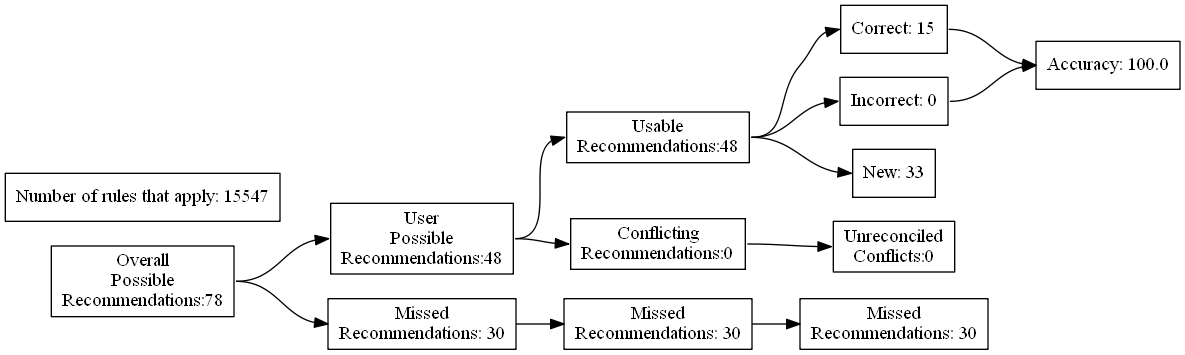
Earlier version of the Graphviz export test_renders/36.gv.png (ZaxR/ibd_diet_analysis). Its source is kept beside it as test_renders/36.gv.
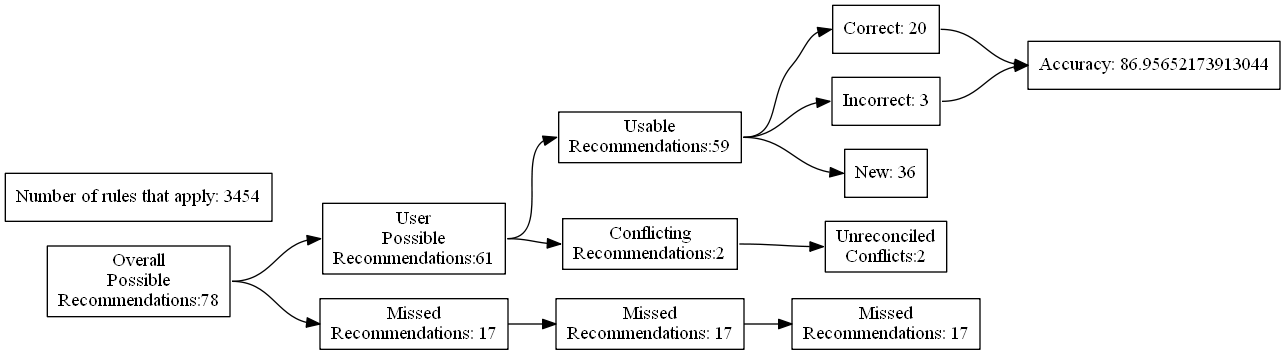
The same file after the commit.

What changed in the source:
```diff
@@ -7,24 +7,24 @@
 Recommendations:78"]
 		B [label="User
 Possible
-Recommendations:48"]
+Recommendations:61"]
 		C [label="Missed
-Recommendations: 30"]
+Recommendations: 17"]
 		D [label="Usable
-Recommendations:48"]
+Recommendations:59"]
 		E [label="Conflicting
-Recommendations:0"]
+Recommendations:2"]
 		J [label="Missed
-Recommendations: 30"]
+Recommendations: 17"]
 		M [label="Unreconciled
-Conflicts:0"]
-		F [label="Correct: 15"]
-		G [label="Incorrect: 0"]
-		H [label="New: 33"]
+Conflicts:2"]
+		F [label="Correct: 20"]
+		G [label="Incorrect: 3"]
+		H [label="New: 36"]
 		K [label="Missed
-Recommendations: 30"]
-		I [label="Accuracy: 100.0"]
-		l [label="Number of rules that apply: 15547"]
+Recommendations: 17"]
+		I [label="Accuracy: 86.95652173913044"]
+		l [label="Number of rules that apply: 3454"]
 			A -> B
 			A -> C
 			B -> D
```
